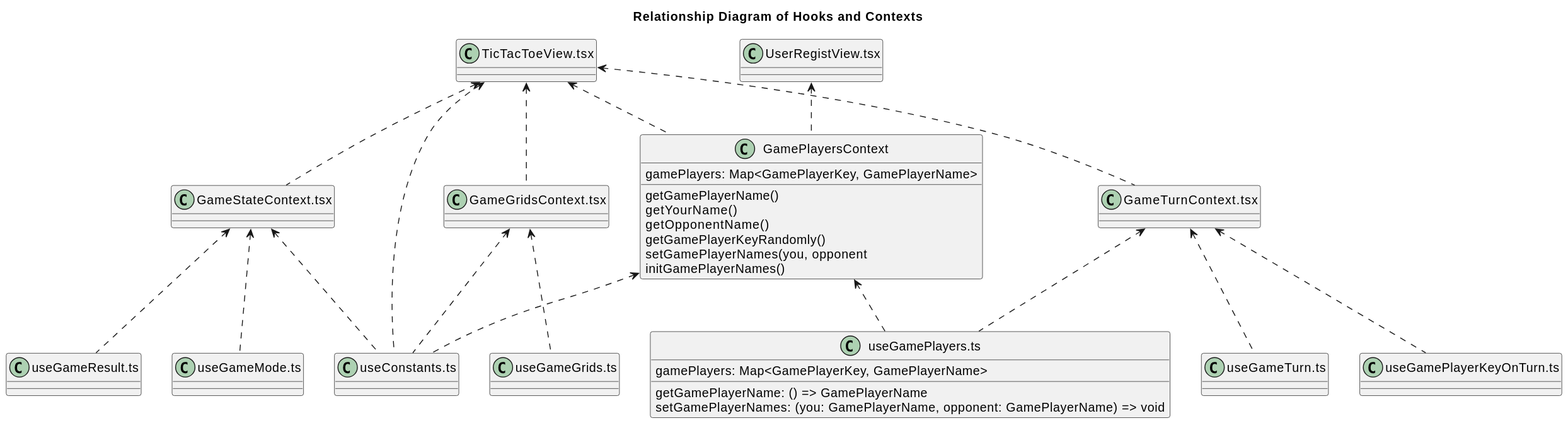
This is tic-tac-toe/doc/hooks.svg from hi2k1978/react-samples, a PlantUML export, as it was before one commit.
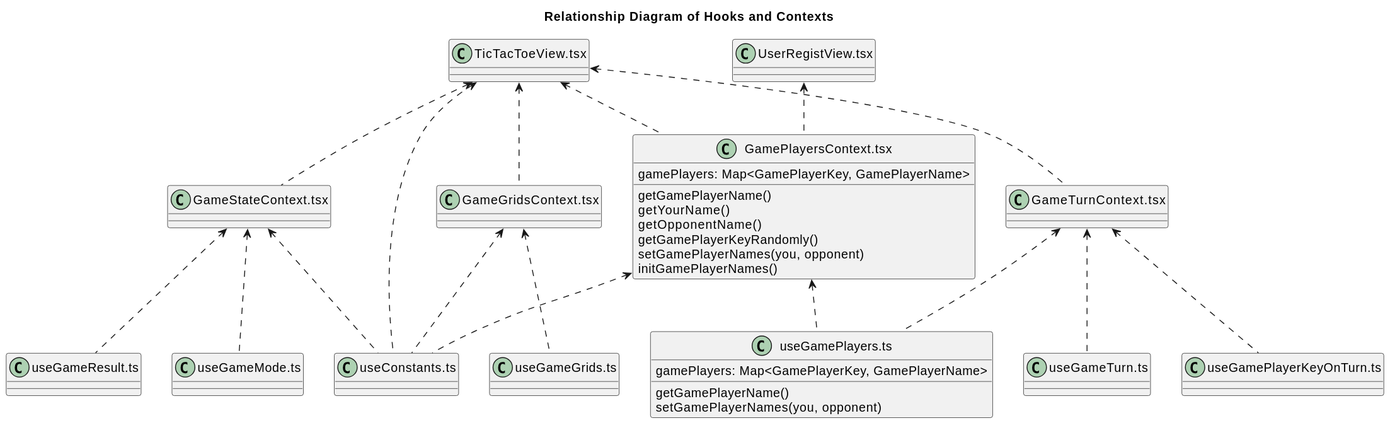
Later version of the same file.

What changed in the source:
```diff
@@ -12,13 +12,13 @@
 class "GameGridsContext.tsx" as GameGridsContext {
 }
 
-class "GamePlayersContext" as GamePlayersContext {
+class "GamePlayersContext.tsx" as GamePlayersContext {
       gamePlayers: Map<GamePlayerKey, GamePlayerName>
       getGamePlayerName()
       getYourName()
       getOpponentName()
       getGamePlayerKeyRandomly()
-      setGamePlayerNames(you, opponent
+      setGamePlayerNames(you, opponent)
       initGamePlayerNames()
 }
 
@@ -35,8 +35,8 @@
 
 class "useGamePlayers.ts" as useGamePlayers {
       gamePlayers: Map<GamePlayerKey, GamePlayerName>
-      getGamePlayerName: () => GamePlayerName
-      setGamePlayerNames: (you: GamePlayerName, opponent: GamePlayerName) => void
+      getGamePlayerName()
+      setGamePlayerNames(you, opponent)
 }
 
 class "useGameMode.ts" as useGameMode {}
```
